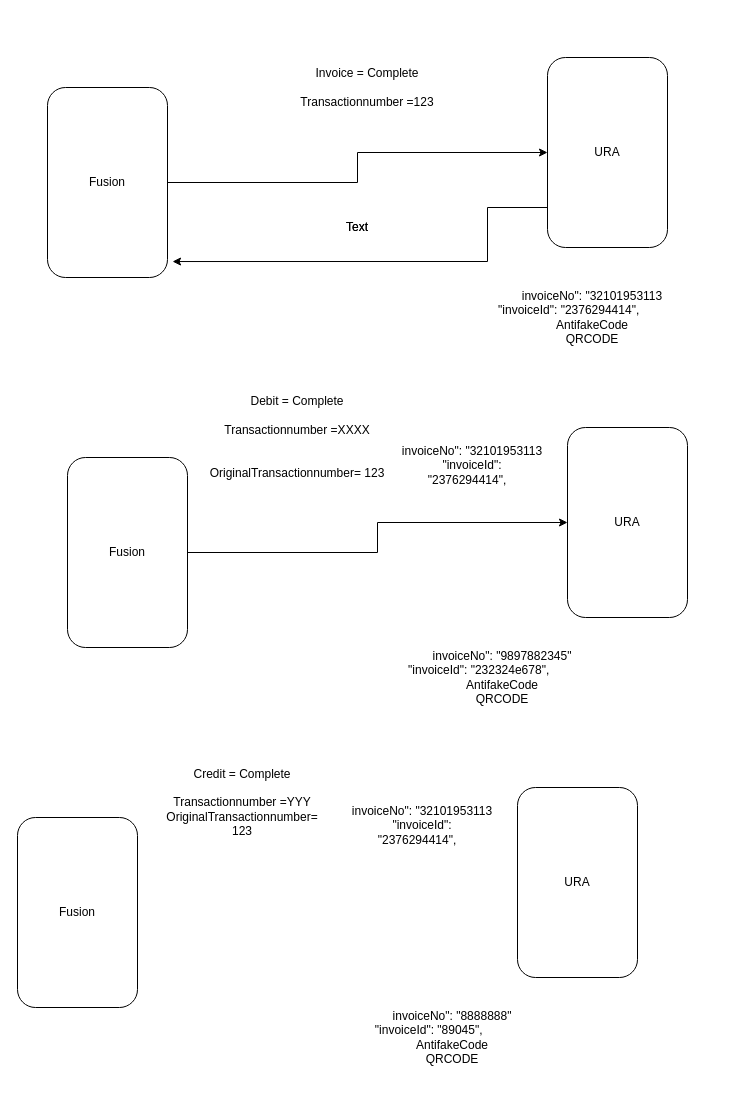
anantwag19/Workspace keeps this draw.io diagram as Credit/Debit.drawio. Above is the earlier version. Source tidied: cells renumbered, new cells numbered last; positions are measured from the earlier drawing's top-left corner, leaving out a move shared by most shapes. Both pictures are drawn from the tidied source at 100%, with x=0, y=0 at pixel (17, 17).
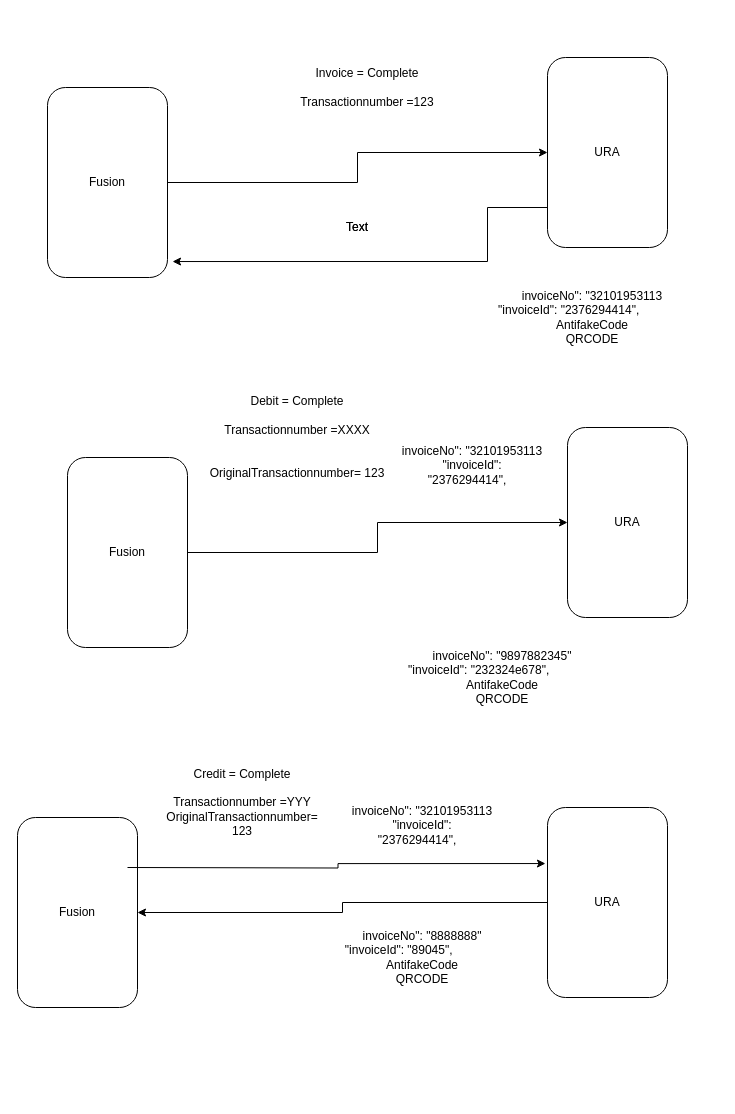
Above is the later version.

The change refers to these unchanged cells:
```xml
<mxCell id="16" value="Fusion " style="rounded=1;whiteSpace=wrap;html=1;" parent="1" vertex="1">
  <mxGeometry y="800" width="120" height="190" as="geometry" />
</mxCell>
```

Diff of the diagram source:
```diff
@@
+    <mxCell id="21" style="edgeStyle=orthogonalEdgeStyle;rounded=0;jettySize=auto;html=1;" parent="1" edge="1" source="17" target="16">
+      <mxGeometry relative="1" as="geometry" />
+    </mxCell>
     <mxCell id="17" value="URA" style="rounded=1;whiteSpace=wrap;html=1;" parent="1" vertex="1">
-      <mxGeometry x="500" y="770" width="120" height="190" as="geometry" />
+      <mxGeometry x="530" y="790" width="120" height="190" as="geometry" />
     </mxCell>
@@
     <mxCell id="20" value="invoiceNo&quot;: &quot;8888888&quot;&lt;br&gt;&lt;span style=&quot;white-space: pre&quot;&gt; &lt;/span&gt;&lt;span style=&quot;white-space: pre&quot;&gt; &lt;/span&gt;&quot;invoiceId&quot;: &quot;89045&quot;,&amp;nbsp;&amp;nbsp;&amp;nbsp;&amp;nbsp;&amp;nbsp;&amp;nbsp;&amp;nbsp;&amp;nbsp;&amp;nbsp;&amp;nbsp;&amp;nbsp;&amp;nbsp;&amp;nbsp;&amp;nbsp;&amp;nbsp;&amp;nbsp; &lt;br&gt;AntifakeCode&lt;br&gt;QRCODE" style="text;html=1;strokeColor=none;fillColor=none;align=center;verticalAlign=middle;whiteSpace=wrap;rounded=0;" parent="1" vertex="1">
-      <mxGeometry x="310" y="960" width="250" height="120" as="geometry" />
+      <mxGeometry x="280" y="880" width="250" height="120" as="geometry" />
     </mxCell>
+    <mxCell id="22" style="edgeStyle=orthogonalEdgeStyle;rounded=0;jettySize=auto;html=1;entryX=-0.017;entryY=0.295;entryDx=0;entryDy=0;entryPerimeter=0;" parent="1" edge="1" target="17">
+      <mxGeometry relative="1" as="geometry">
+        <mxPoint x="110" y="850" as="sourcePoint" />
+      </mxGeometry>
+    </mxCell>
```
